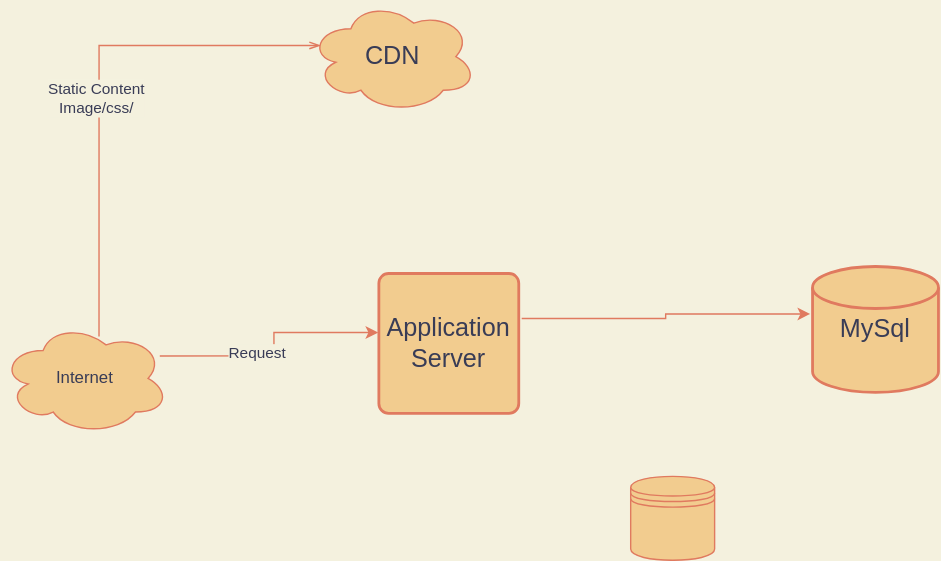
The draw.io diagram design/SystemDesignv1.svg in mgkyawmyotun/bluedit, before a commit. Source tidied: cells renumbered, new cells last; positions are measured from the earlier drawing's top-left corner, leaving out a move shared by most shapes.
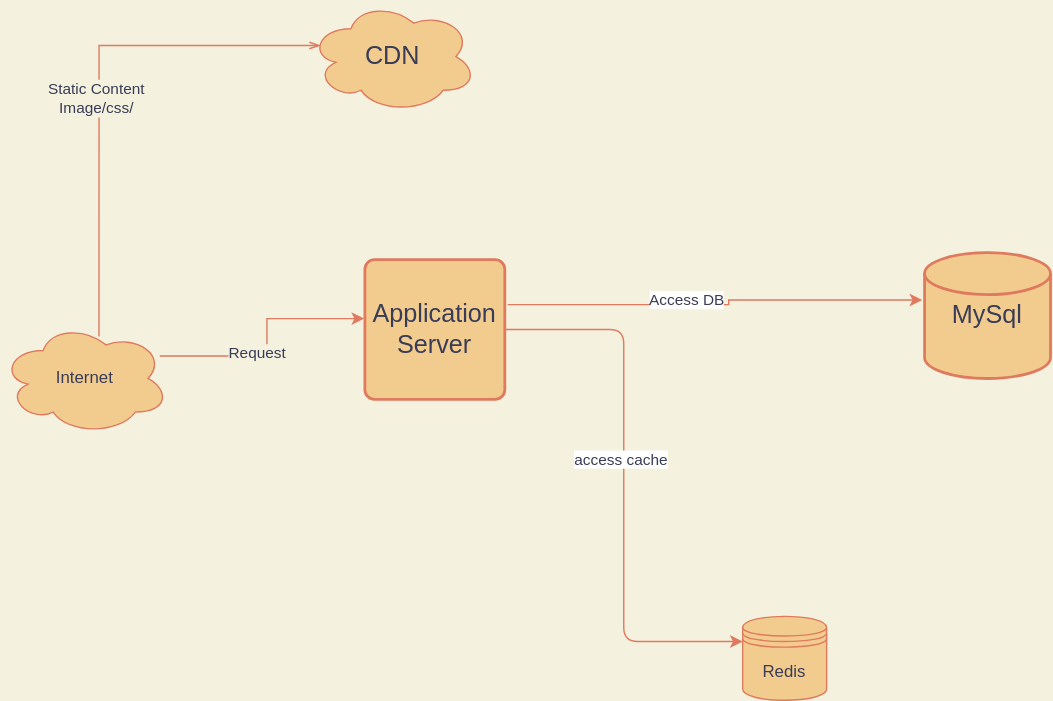
After the commit.

What changed in the source:
```diff
@@ -3,11 +3,21 @@
     <mxCell id="0" />
     <mxCell id="1" parent="0" />
     <mxCell id="2" value="MySql" style="strokeWidth=2;html=1;shape=mxgraph.flowchart.database;whiteSpace=wrap;fontSize=18;fillColor=#F2CC8F;strokeColor=#E07A5F;fontColor=#393C56;" parent="1" vertex="1">
-      <mxGeometry x="580" y="190" width="90" height="90" as="geometry" />
+      <mxGeometry x="660" y="180" width="90" height="90" as="geometry" />
     </mxCell>
     <mxCell id="3" style="edgeStyle=orthogonalEdgeStyle;rounded=0;jettySize=auto;html=1;entryX=-0.019;entryY=0.377;entryDx=0;entryDy=0;entryPerimeter=0;exitX=1.021;exitY=0.322;exitDx=0;exitDy=0;exitPerimeter=0;labelBackgroundColor=#F4F1DE;strokeColor=#E07A5F;fontColor=#393C56;" parent="1" edge="1" source="9" target="2">
-      <mxGeometry relative="1" as="geometry" />
+      <mxGeometry relative="1" as="geometry">
+        <Array as="points">
+          <mxPoint x="520" y="217" />
+          <mxPoint x="520" y="214" />
+        </Array>
+      </mxGeometry>
     </mxCell>
+    <mxCell id="12" value="Access DB" style="edgeLabel;html=1;align=center;verticalAlign=middle;fontColor=#393C56;" parent="3" vertex="1">
+      <mxGeometry x="0.08" y="30" relative="1" as="geometry">
+        <mxPoint x="-30" y="30" as="offset" />
+      </mxGeometry>
+    </mxCell>
     <mxCell id="4" style="edgeStyle=orthogonalEdgeStyle;rounded=0;jettySize=auto;html=1;exitX=0.945;exitY=0.299;exitDx=0;exitDy=0;exitPerimeter=0;entryX=-0.005;entryY=0.422;entryDx=0;entryDy=0;entryPerimeter=0;labelBackgroundColor=#F4F1DE;strokeColor=#E07A5F;fontColor=#393C56;" parent="1" edge="1" source="11" target="9">
       <mxGeometry relative="1" as="geometry" />
     </mxCell>
@@ -22,11 +32,17 @@
         <mxPoint x="-20" y="18" as="offset" />
       </mxGeometry>
     </mxCell>
-    <mxCell id="8" style="shape=datastore;whiteSpace=wrap;html=1;fillColor=#F2CC8F;strokeColor=#E07A5F;fontColor=#393C56;" parent="1" vertex="1">
-      <mxGeometry x="450" y="340" width="60" height="60" as="geometry" />
+    <mxCell id="8" value="Redis" style="shape=datastore;whiteSpace=wrap;html=1;fillColor=#F2CC8F;strokeColor=#E07A5F;fontColor=#393C56;" parent="1" vertex="1">
+      <mxGeometry x="530" y="440" width="60" height="60" as="geometry" />
     </mxCell>
+    <mxCell id="13" style="edgeStyle=orthogonalEdgeStyle;curved=0;rounded=1;sketch=0;jettySize=auto;html=1;entryX=0;entryY=0.3;entryDx=0;entryDy=0;strokeColor=#E07A5F;fillColor=#F2CC8F;fontColor=#393C56;" parent="1" edge="1" source="9" target="8">
+      <mxGeometry relative="1" as="geometry" />
+    </mxCell>
+    <mxCell id="14" value="access cache" style="edgeLabel;html=1;align=center;verticalAlign=middle;fontColor=#393C56;" parent="13" vertex="1">
+      <mxGeometry x="-0.1" y="-3" relative="1" as="geometry" />
+    </mxCell>
     <mxCell id="9" value="Application Server&lt;br style=&quot;font-size: 18px;&quot;&gt;" style="rounded=1;whiteSpace=wrap;html=1;absoluteArcSize=1;arcSize=14;strokeWidth=2;fontSize=18;fillColor=#F2CC8F;strokeColor=#E07A5F;fontColor=#393C56;" parent="1" vertex="1">
-      <mxGeometry x="270" y="195" width="100" height="100" as="geometry" />
+      <mxGeometry x="260" y="185" width="100" height="100" as="geometry" />
     </mxCell>
     <mxCell id="10" value="CDN" style="ellipse;shape=cloud;whiteSpace=wrap;html=1;fontSize=18;fillColor=#F2CC8F;strokeColor=#E07A5F;fontColor=#393C56;" parent="1" vertex="1">
       <mxGeometry x="220" width="120" height="80" as="geometry" />
```
